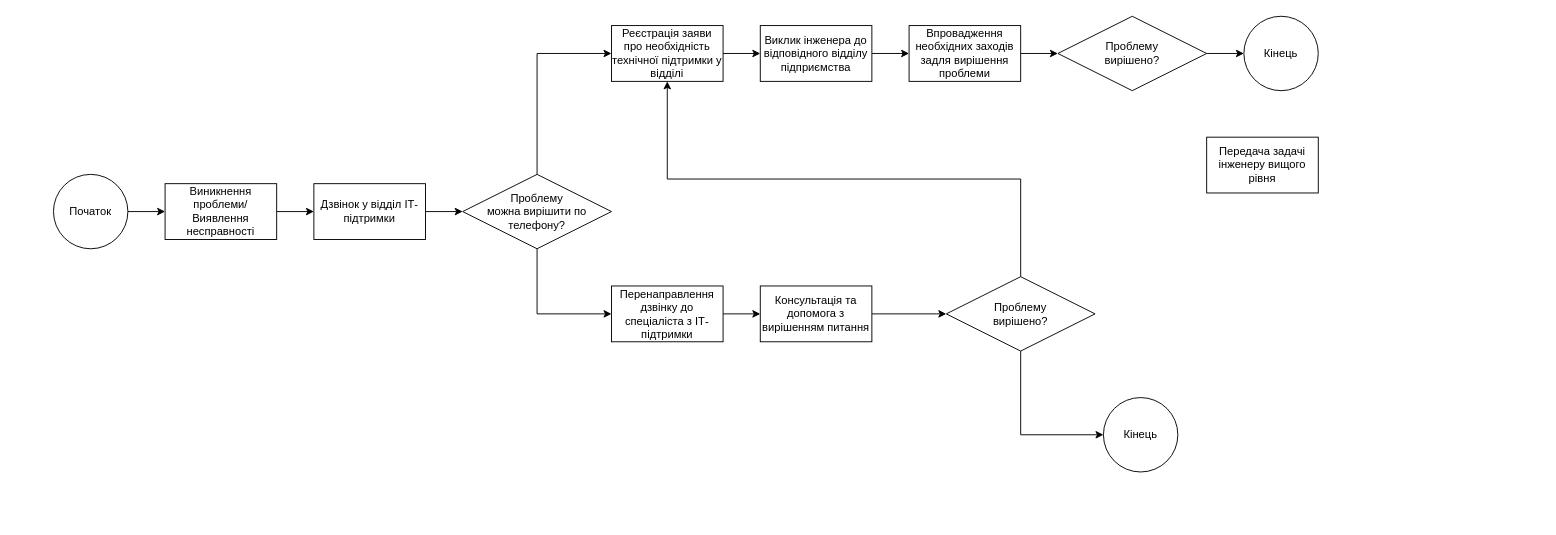
Above: Administrating Personal Diagram.drawio in Shylo-Ivan-MIT/diagrams (draw.io), before the change. Source tidied: cells renumbered, new cells numbered last; positions are measured from the earlier drawing's top-left corner, leaving out a move shared by most shapes. Both pictures are drawn from the tidied source at 93%, with x=0, y=0 at pixel (53, 16).
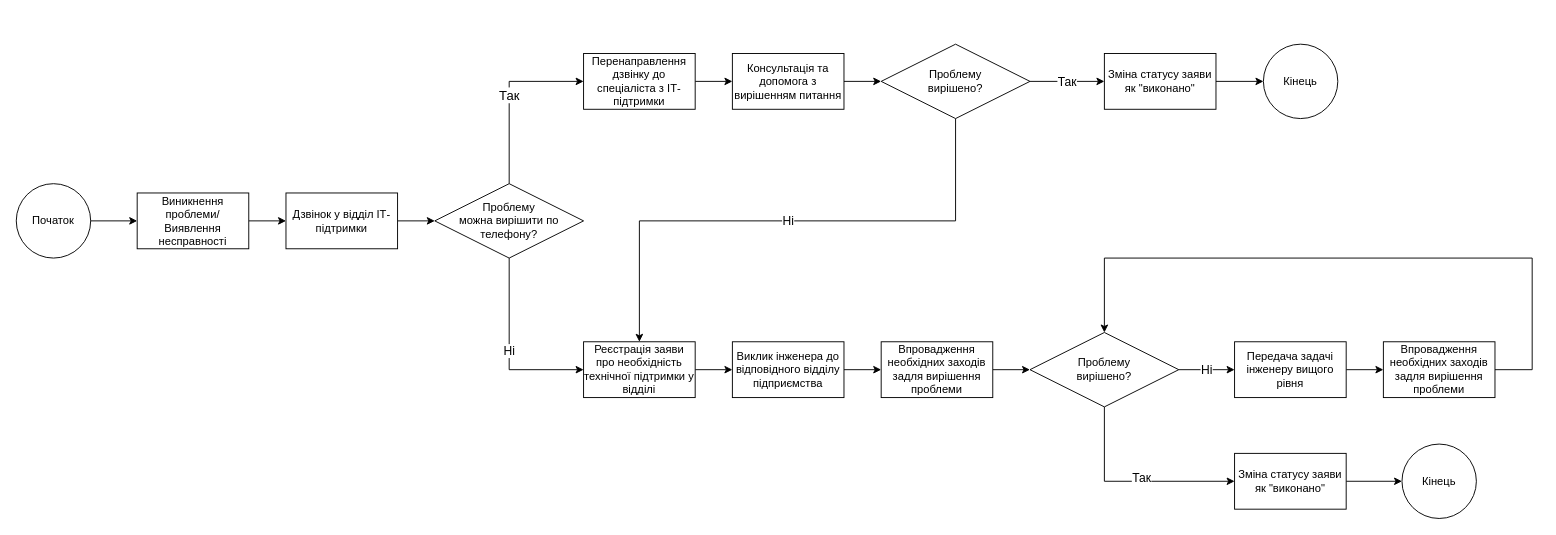
After the change.

Change to the diagram source:
```diff
@@
     <mxCell id="3" value="Початок" style="ellipse;whiteSpace=wrap;html=1;" parent="1" vertex="1">
-      <mxGeometry y="170" width="80" height="80" as="geometry" />
+      <mxGeometry x="-40" y="180" width="80" height="80" as="geometry" />
     </mxCell>
     <mxCell id="4" value="Кінець" style="ellipse;whiteSpace=wrap;html=1;" parent="1" vertex="1">
-      <mxGeometry x="1129" y="410" width="80" height="80" as="geometry" />
+      <mxGeometry x="1301" y="30" width="80" height="80" as="geometry" />
     </mxCell>
@@
     <mxCell id="6" value="Виникнення проблеми/Виявлення несправності" style="rounded=0;whiteSpace=wrap;html=1;" parent="1" vertex="1">
-      <mxGeometry x="120" y="180" width="120" height="60" as="geometry" />
+      <mxGeometry x="90" y="190" width="120" height="60" as="geometry" />
     </mxCell>
@@
     <mxCell id="8" value="Дзвінок у відділ ІТ-підтримки" style="rounded=0;whiteSpace=wrap;html=1;" parent="1" vertex="1">
-      <mxGeometry x="280" y="180" width="120" height="60" as="geometry" />
+      <mxGeometry x="250" y="190" width="120" height="60" as="geometry" />
     </mxCell>
+    <mxCell id="10" value="Ні" style="edgeStyle=orthogonalEdgeStyle;rounded=0;jettySize=auto;html=1;exitX=0.5;exitY=1;exitDx=0;exitDy=0;entryX=0;entryY=0.5;entryDx=0;entryDy=0;fontSize=13;" parent="1" edge="1" source="11" target="21">
+      <mxGeometry relative="1" as="geometry" />
+    </mxCell>
-    <mxCell id="9" style="edgeStyle=orthogonalEdgeStyle;rounded=0;jettySize=auto;html=1;exitX=0.5;exitY=1;exitDx=0;exitDy=0;entryX=0;entryY=0.5;entryDx=0;entryDy=0;" parent="1" edge="1" source="11" target="13">
+    <mxCell id="9" value="&lt;font style=&quot;font-size: 14px;&quot;&gt;Так&lt;/font&gt;" style="edgeStyle=orthogonalEdgeStyle;rounded=0;jettySize=auto;html=1;exitX=0.5;exitY=0;exitDx=0;exitDy=0;entryX=0;entryY=0.5;entryDx=0;entryDy=0;" parent="1" edge="1" source="11" target="13">
       <mxGeometry relative="1" as="geometry" />
     </mxCell>
-    <mxCell id="10" style="edgeStyle=orthogonalEdgeStyle;rounded=0;jettySize=auto;html=1;exitX=0.5;exitY=0;exitDx=0;exitDy=0;entryX=0;entryY=0.5;entryDx=0;entryDy=0;" parent="1" edge="1" source="11" target="21">
-      <mxGeometry relative="1" as="geometry" />
-    </mxCell>
     <mxCell id="11" value="Проблему &lt;br&gt;можна вирішити по телефону?" style="rhombus;whiteSpace=wrap;html=1;" parent="1" vertex="1">
-      <mxGeometry x="440" y="170" width="160" height="80" as="geometry" />
+      <mxGeometry x="410" y="180" width="160" height="80" as="geometry" />
     </mxCell>
@@
     <mxCell id="13" value="Перенаправлення дзвінку до спеціаліста з ІТ-підтримки" style="rounded=0;whiteSpace=wrap;html=1;" parent="1" vertex="1">
-      <mxGeometry x="600" y="290" width="120" height="60" as="geometry" />
+      <mxGeometry x="570" y="40" width="120" height="60" as="geometry" />
     </mxCell>
-    <mxCell id="14" style="edgeStyle=orthogonalEdgeStyle;rounded=0;jettySize=auto;html=1;exitX=0.5;exitY=0;exitDx=0;exitDy=0;entryX=0.5;entryY=1;entryDx=0;entryDy=0;" parent="1" edge="1" source="16" target="21">
-      <mxGeometry relative="1" as="geometry" />
+    <mxCell id="14" value="Ні" style="edgeStyle=orthogonalEdgeStyle;rounded=0;jettySize=auto;html=1;exitX=0.5;exitY=1;exitDx=0;exitDy=0;entryX=0.5;entryY=0;entryDx=0;entryDy=0;fontSize=13;" parent="1" edge="1" source="16" target="21">
+      <mxGeometry relative="1" as="geometry">
+        <Array as="points">
+          <mxPoint x="970" y="220" />
+          <mxPoint x="630" y="220" />
+        </Array>
+      </mxGeometry>
     </mxCell>
-    <mxCell id="15" style="edgeStyle=orthogonalEdgeStyle;rounded=0;jettySize=auto;html=1;exitX=0.5;exitY=1;exitDx=0;exitDy=0;entryX=0;entryY=0.5;entryDx=0;entryDy=0;" parent="1" edge="1" source="16" target="4">
-      <mxGeometry relative="1" as="geometry" />
-    </mxCell>
+    <mxCell id="29" value="Так" style="edgeStyle=orthogonalEdgeStyle;rounded=0;jettySize=auto;html=1;exitX=1;exitY=0.5;exitDx=0;exitDy=0;entryX=0;entryY=0.5;entryDx=0;entryDy=0;fontSize=13;" parent="1" edge="1" source="16" target="37">
+      <mxGeometry relative="1" as="geometry" />
+    </mxCell>
     <mxCell id="16" value="Проблему &lt;br&gt;вирішено?" style="rhombus;whiteSpace=wrap;html=1;" parent="1" vertex="1">
-      <mxGeometry x="960" y="280" width="160" height="80" as="geometry" />
+      <mxGeometry x="890" y="30" width="160" height="80" as="geometry" />
     </mxCell>
+    <mxCell id="30" style="edgeStyle=orthogonalEdgeStyle;rounded=0;jettySize=auto;html=1;exitX=1;exitY=0.5;exitDx=0;exitDy=0;entryX=0;entryY=0.5;entryDx=0;entryDy=0;" parent="1" edge="1" source="17" target="39">
+      <mxGeometry relative="1" as="geometry" />
+    </mxCell>
     <mxCell id="17" value="Передача задачі інженеру вищого рівня" style="rounded=0;whiteSpace=wrap;html=1;" parent="1" vertex="1">
-      <mxGeometry x="1240" y="130" width="120" height="60" as="geometry" />
+      <mxGeometry x="1270" y="350" width="120" height="60" as="geometry" />
     </mxCell>
@@
     <mxCell id="19" value="Виклик інженера до відповідного відділу підприємства" style="rounded=0;whiteSpace=wrap;html=1;" parent="1" vertex="1">
-      <mxGeometry x="760" y="10" width="120" height="60" as="geometry" />
+      <mxGeometry x="730" y="350" width="120" height="60" as="geometry" />
     </mxCell>
@@
     <mxCell id="21" value="Реєстрація заяви про необхідність технічної підтримки у відділі" style="rounded=0;whiteSpace=wrap;html=1;" parent="1" vertex="1">
-      <mxGeometry x="600" y="10" width="120" height="60" as="geometry" />
+      <mxGeometry x="570" y="350" width="120" height="60" as="geometry" />
     </mxCell>
@@
     <mxCell id="23" value="Консультація та допомога з вирішенням питання" style="rounded=0;whiteSpace=wrap;html=1;" parent="1" vertex="1">
-      <mxGeometry x="760" y="290" width="120" height="60" as="geometry" />
+      <mxGeometry x="730" y="40" width="120" height="60" as="geometry" />
     </mxCell>
-    <mxCell id="24" style="edgeStyle=orthogonalEdgeStyle;rounded=0;jettySize=auto;html=1;exitX=1;exitY=0.5;exitDx=0;exitDy=0;entryX=0;entryY=0.5;entryDx=0;entryDy=0;" parent="1" edge="1" source="25" target="28">
-      <mxGeometry relative="1" as="geometry" />
-    </mxCell>
+    <mxCell id="31" value="Ні" style="edgeStyle=orthogonalEdgeStyle;rounded=0;jettySize=auto;html=1;exitX=1;exitY=0.5;exitDx=0;exitDy=0;entryX=0;entryY=0.5;entryDx=0;entryDy=0;fontSize=13;" parent="1" edge="1" source="25" target="17">
+      <mxGeometry relative="1" as="geometry" />
+    </mxCell>
+    <mxCell id="32" style="edgeStyle=orthogonalEdgeStyle;rounded=0;jettySize=auto;html=1;exitX=0.5;exitY=1;exitDx=0;exitDy=0;entryX=0;entryY=0.5;entryDx=0;entryDy=0;" parent="1" edge="1" source="25" target="35">
+      <mxGeometry relative="1" as="geometry" />
+    </mxCell>
+    <mxCell id="33" value="Так" style="edgeLabel;html=1;align=center;verticalAlign=middle;fontSize=13;" parent="32" vertex="1">
+      <mxGeometry x="0.08" y="5" relative="1" as="geometry" />
+    </mxCell>
     <mxCell id="25" value="Проблему &lt;br&gt;вирішено?" style="rhombus;whiteSpace=wrap;html=1;" parent="1" vertex="1">
-      <mxGeometry x="1080" width="160" height="80" as="geometry" />
+      <mxGeometry x="1050" y="340" width="160" height="80" as="geometry" />
     </mxCell>
@@
     <mxCell id="27" value="Впровадження необхідних заходів задля вирішення проблеми" style="rounded=0;whiteSpace=wrap;html=1;" parent="1" vertex="1">
-      <mxGeometry x="920" y="10" width="120" height="60" as="geometry" />
+      <mxGeometry x="890" y="350" width="120" height="60" as="geometry" />
     </mxCell>
     <mxCell id="28" value="Кінець" style="ellipse;whiteSpace=wrap;html=1;" parent="1" vertex="1">
-      <mxGeometry x="1280" width="80" height="80" as="geometry" />
+      <mxGeometry x="1450" y="460" width="80" height="80" as="geometry" />
     </mxCell>
+    <mxCell id="34" style="edgeStyle=orthogonalEdgeStyle;rounded=0;jettySize=auto;html=1;exitX=1;exitY=0.5;exitDx=0;exitDy=0;entryX=0;entryY=0.5;entryDx=0;entryDy=0;" parent="1" edge="1" source="35" target="28">
+      <mxGeometry relative="1" as="geometry" />
+    </mxCell>
+    <mxCell id="35" value="Зміна статусу заяви як &quot;виконано&quot;" style="rounded=0;whiteSpace=wrap;html=1;" parent="1" vertex="1">
+      <mxGeometry x="1270" y="470" width="120" height="60" as="geometry" />
+    </mxCell>
+    <mxCell id="36" style="edgeStyle=orthogonalEdgeStyle;rounded=0;jettySize=auto;html=1;exitX=1;exitY=0.5;exitDx=0;exitDy=0;entryX=0;entryY=0.5;entryDx=0;entryDy=0;" parent="1" edge="1" source="37" target="4">
+      <mxGeometry relative="1" as="geometry" />
+    </mxCell>
+    <mxCell id="37" value="Зміна статусу заяви як &quot;виконано&quot;" style="rounded=0;whiteSpace=wrap;html=1;" parent="1" vertex="1">
+      <mxGeometry x="1130" y="40" width="120" height="60" as="geometry" />
+    </mxCell>
+    <mxCell id="38" style="edgeStyle=orthogonalEdgeStyle;rounded=0;jettySize=auto;html=1;exitX=1;exitY=0.5;exitDx=0;exitDy=0;entryX=0.5;entryY=0;entryDx=0;entryDy=0;" parent="1" edge="1" source="39" target="25">
+      <mxGeometry relative="1" as="geometry">
+        <Array as="points">
+          <mxPoint x="1590" y="380" />
+          <mxPoint x="1590" y="260" />
+          <mxPoint x="1130" y="260" />
+        </Array>
+      </mxGeometry>
+    </mxCell>
+    <mxCell id="39" value="Впровадження необхідних заходів задля вирішення проблеми" style="rounded=0;whiteSpace=wrap;html=1;" parent="1" vertex="1">
+      <mxGeometry x="1430" y="350" width="120" height="60" as="geometry" />
+    </mxCell>
```
